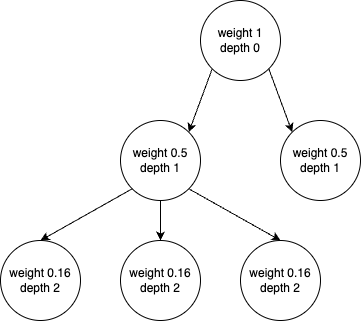
Earlier version of the draw.io export assets/img/dependency-tree.png (McMasterRS/lm_CO2025-DRI-Training-Materials). Source tidied: cells renumbered, new cells last; positions are measured from the earlier drawing's top-left corner, leaving out a move shared by most shapes. Source of this version:
```xml
<mxGraphModel>
  <root>
    <mxCell id="0" />
    <mxCell id="1" parent="0" />
    <mxCell id="2" value="weight 1&lt;div&gt;depth 0&lt;/div&gt;" style="ellipse;whiteSpace=wrap;html=1;" parent="1" vertex="1">
      <mxGeometry x="200" width="80" height="80" as="geometry" />
    </mxCell>
    <mxCell id="3" value="weight 0.5&lt;div&gt;depth 1&lt;/div&gt;" style="ellipse;whiteSpace=wrap;html=1;" parent="1" vertex="1">
      <mxGeometry x="120" y="120" width="80" height="80" as="geometry" />
    </mxCell>
    <mxCell id="4" style="endArrow=classic;html=1;rounded=0;exitX=0;exitY=1;exitDx=0;exitDy=0;entryX=1;entryY=0;entryDx=0;entryDy=0;" parent="1" edge="1" source="2" target="3">
      <mxGeometry relative="1" as="geometry" />
    </mxCell>
    <mxCell id="5" value="weight 0.5&lt;div&gt;depth 1&lt;/div&gt;" style="ellipse;whiteSpace=wrap;html=1;" parent="1" vertex="1">
      <mxGeometry x="280" y="120" width="80" height="80" as="geometry" />
    </mxCell>
    <mxCell id="6" style="endArrow=classic;html=1;rounded=0;exitX=1;exitY=1;exitDx=0;exitDy=0;entryX=0;entryY=0;entryDx=0;entryDy=0;" parent="1" edge="1" source="2" target="5">
      <mxGeometry relative="1" as="geometry" />
    </mxCell>
    <mxCell id="7" value="weight 0.16&lt;div&gt;depth 2&lt;/div&gt;" style="ellipse;whiteSpace=wrap;html=1;" parent="1" vertex="1">
      <mxGeometry x="120" y="240" width="80" height="80" as="geometry" />
    </mxCell>
    <mxCell id="8" value="weight 0.16&lt;div&gt;depth 2&lt;/div&gt;" style="ellipse;whiteSpace=wrap;html=1;" parent="1" vertex="1">
      <mxGeometry x="240" y="240" width="80" height="80" as="geometry" />
    </mxCell>
    <mxCell id="9" value="weight 0.16&lt;div&gt;depth 2&lt;/div&gt;" style="ellipse;whiteSpace=wrap;html=1;" parent="1" vertex="1">
      <mxGeometry y="240" width="80" height="80" as="geometry" />
    </mxCell>
    <mxCell id="10" style="endArrow=classic;html=1;rounded=0;exitX=0.5;exitY=1;exitDx=0;exitDy=0;entryX=0.5;entryY=0;entryDx=0;entryDy=0;" parent="1" edge="1" source="3" target="7">
      <mxGeometry relative="1" as="geometry" />
    </mxCell>
    <mxCell id="11" style="endArrow=classic;html=1;rounded=0;exitX=1;exitY=1;exitDx=0;exitDy=0;entryX=0.5;entryY=0;entryDx=0;entryDy=0;" parent="1" edge="1" source="3" target="8">
      <mxGeometry relative="1" as="geometry" />
    </mxCell>
    <mxCell id="12" style="endArrow=classic;html=1;rounded=0;exitX=0;exitY=1;exitDx=0;exitDy=0;entryX=0.5;entryY=0;entryDx=0;entryDy=0;" parent="1" edge="1" source="3" target="9">
      <mxGeometry relative="1" as="geometry" />
    </mxCell>
  </root>
</mxGraphModel>
```
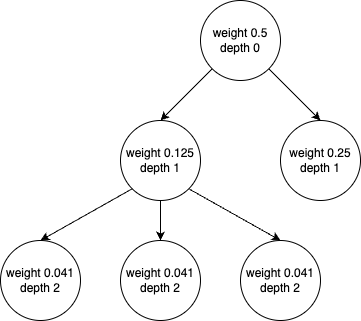
Above is the later version.

Commit message:
updated dependency tree weight values

Diff of the diagram source:
```diff
@@ -2,38 +2,38 @@
   <root>
     <mxCell id="0" />
     <mxCell id="1" parent="0" />
-    <mxCell id="2" value="weight 1&lt;div&gt;depth 0&lt;/div&gt;" style="ellipse;whiteSpace=wrap;html=1;" parent="1" vertex="1">
-      <mxGeometry x="200" width="80" height="80" as="geometry" />
-    </mxCell>
-    <mxCell id="3" value="weight 0.5&lt;div&gt;depth 1&lt;/div&gt;" style="ellipse;whiteSpace=wrap;html=1;" parent="1" vertex="1">
-      <mxGeometry x="120" y="120" width="80" height="80" as="geometry" />
-    </mxCell>
-    <mxCell id="4" style="endArrow=classic;html=1;rounded=0;exitX=0;exitY=1;exitDx=0;exitDy=0;entryX=1;entryY=0;entryDx=0;entryDy=0;" parent="1" edge="1" source="2" target="3">
-      <mxGeometry relative="1" as="geometry" />
-    </mxCell>
-    <mxCell id="5" value="weight 0.5&lt;div&gt;depth 1&lt;/div&gt;" style="ellipse;whiteSpace=wrap;html=1;" parent="1" vertex="1">
-      <mxGeometry x="280" y="120" width="80" height="80" as="geometry" />
-    </mxCell>
-    <mxCell id="6" style="endArrow=classic;html=1;rounded=0;exitX=1;exitY=1;exitDx=0;exitDy=0;entryX=0;entryY=0;entryDx=0;entryDy=0;" parent="1" edge="1" source="2" target="5">
-      <mxGeometry relative="1" as="geometry" />
-    </mxCell>
-    <mxCell id="7" value="weight 0.16&lt;div&gt;depth 2&lt;/div&gt;" style="ellipse;whiteSpace=wrap;html=1;" parent="1" vertex="1">
-      <mxGeometry x="120" y="240" width="80" height="80" as="geometry" />
-    </mxCell>
-    <mxCell id="8" value="weight 0.16&lt;div&gt;depth 2&lt;/div&gt;" style="ellipse;whiteSpace=wrap;html=1;" parent="1" vertex="1">
-      <mxGeometry x="240" y="240" width="80" height="80" as="geometry" />
-    </mxCell>
-    <mxCell id="9" value="weight 0.16&lt;div&gt;depth 2&lt;/div&gt;" style="ellipse;whiteSpace=wrap;html=1;" parent="1" vertex="1">
-      <mxGeometry y="240" width="80" height="80" as="geometry" />
-    </mxCell>
-    <mxCell id="10" style="endArrow=classic;html=1;rounded=0;exitX=0.5;exitY=1;exitDx=0;exitDy=0;entryX=0.5;entryY=0;entryDx=0;entryDy=0;" parent="1" edge="1" source="3" target="7">
-      <mxGeometry relative="1" as="geometry" />
-    </mxCell>
-    <mxCell id="11" style="endArrow=classic;html=1;rounded=0;exitX=1;exitY=1;exitDx=0;exitDy=0;entryX=0.5;entryY=0;entryDx=0;entryDy=0;" parent="1" edge="1" source="3" target="8">
-      <mxGeometry relative="1" as="geometry" />
-    </mxCell>
-    <mxCell id="12" style="endArrow=classic;html=1;rounded=0;exitX=0;exitY=1;exitDx=0;exitDy=0;entryX=0.5;entryY=0;entryDx=0;entryDy=0;" parent="1" edge="1" source="3" target="9">
-      <mxGeometry relative="1" as="geometry" />
-    </mxCell>
+    <mxCell id="13" value="weight 0.5&lt;div&gt;depth 0&lt;/div&gt;" style="ellipse;whiteSpace=wrap;html=1;" parent="1" vertex="1">
+      <mxGeometry x="240" width="80" height="80" as="geometry" />
+    </mxCell>
+    <mxCell id="14" value="weight 0.125&lt;div&gt;depth 1&lt;/div&gt;" style="ellipse;whiteSpace=wrap;html=1;" parent="1" vertex="1">
+      <mxGeometry x="160" y="120" width="80" height="80" as="geometry" />
+    </mxCell>
+    <mxCell id="15" value="weight 0.25&lt;div&gt;depth 1&lt;/div&gt;" style="ellipse;whiteSpace=wrap;html=1;" parent="1" vertex="1">
+      <mxGeometry x="320" y="120" width="80" height="80" as="geometry" />
+    </mxCell>
+    <mxCell id="16" value="weight 0.041&lt;div&gt;&lt;div&gt;depth 2&lt;/div&gt;&lt;/div&gt;" style="ellipse;whiteSpace=wrap;html=1;" parent="1" vertex="1">
+      <mxGeometry x="160" y="240" width="80" height="80" as="geometry" />
+    </mxCell>
+    <mxCell id="17" style="endArrow=classic;html=1;rounded=0;exitX=0;exitY=1;exitDx=0;exitDy=0;entryX=0.5;entryY=0;entryDx=0;entryDy=0;" parent="1" edge="1" source="13" target="14">
+      <mxGeometry relative="1" as="geometry" />
+    </mxCell>
+    <mxCell id="18" style="endArrow=classic;html=1;rounded=0;exitX=1;exitY=1;exitDx=0;exitDy=0;entryX=0.5;entryY=0;entryDx=0;entryDy=0;" parent="1" edge="1" source="13" target="15">
+      <mxGeometry relative="1" as="geometry" />
+    </mxCell>
+    <mxCell id="19" value="weight 0.041&lt;div&gt;&lt;div&gt;depth 2&lt;/div&gt;&lt;/div&gt;" style="ellipse;whiteSpace=wrap;html=1;" parent="1" vertex="1">
+      <mxGeometry x="280" y="240" width="80" height="80" as="geometry" />
+    </mxCell>
+    <mxCell id="20" value="weight 0.041&lt;div&gt;&lt;div&gt;depth 2&lt;/div&gt;&lt;/div&gt;" style="ellipse;whiteSpace=wrap;html=1;" parent="1" vertex="1">
+      <mxGeometry x="40" y="240" width="80" height="80" as="geometry" />
+    </mxCell>
+    <mxCell id="21" style="endArrow=classic;html=1;rounded=0;exitX=0.5;exitY=1;exitDx=0;exitDy=0;entryX=0.5;entryY=0;entryDx=0;entryDy=0;" parent="1" edge="1" source="14" target="16">
+      <mxGeometry relative="1" as="geometry" />
+    </mxCell>
+    <mxCell id="22" style="endArrow=classic;html=1;rounded=0;exitX=1;exitY=1;exitDx=0;exitDy=0;entryX=0.5;entryY=0;entryDx=0;entryDy=0;" parent="1" edge="1" source="14" target="19">
+      <mxGeometry relative="1" as="geometry" />
+    </mxCell>
+    <mxCell id="23" style="endArrow=classic;html=1;rounded=0;exitX=0;exitY=1;exitDx=0;exitDy=0;entryX=0.5;entryY=0;entryDx=0;entryDy=0;" parent="1" edge="1" source="14" target="20">
+      <mxGeometry relative="1" as="geometry" />
+    </mxCell>
   </root>
 </mxGraphModel>
```
